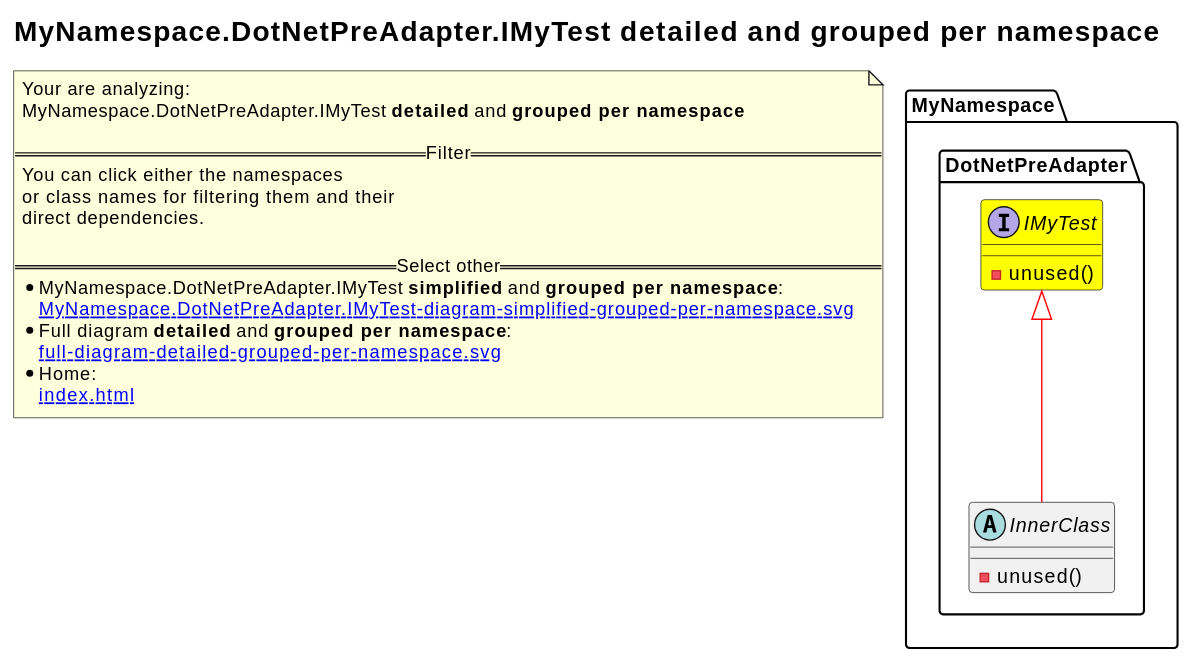
The PlantUML diagram revenger-csharp-adapter.out/MyNamespace.DotNetPreAdapter.IMyTest-diagram-detailed-grouped-per-namespace.svg in 2BlackCoffees/revenger, before a commit.
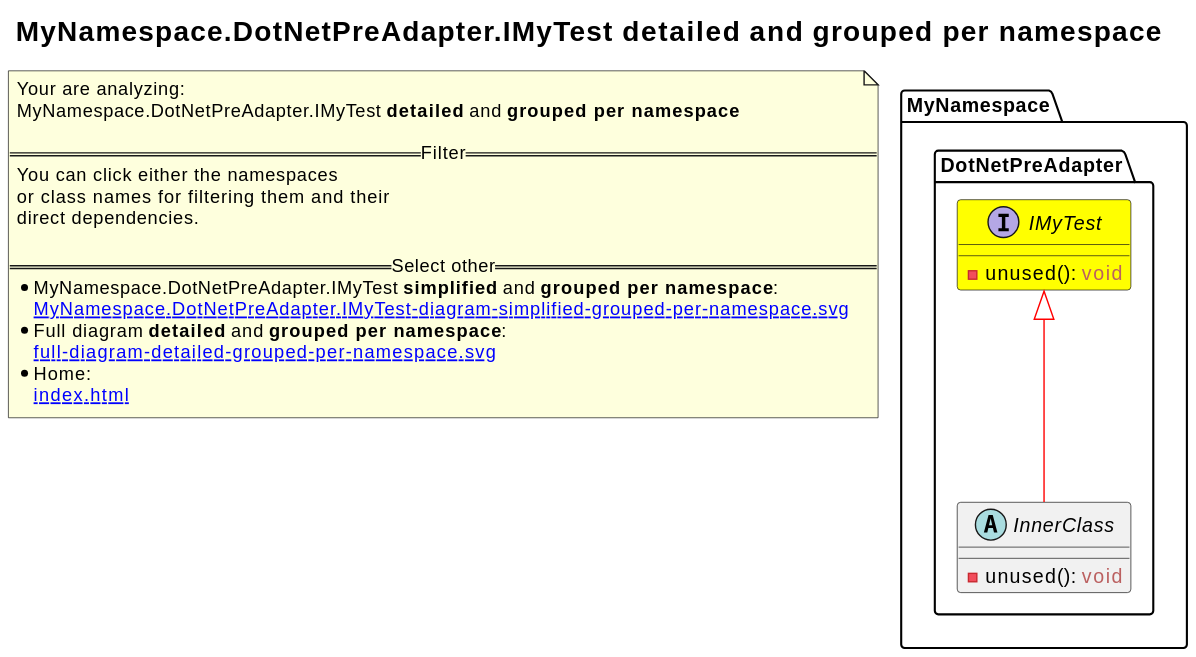
The same diagram one commit later.

Change to the diagram source:
```diff
@@ -5,10 +5,10 @@
 namespace MyNamespace [[MyNamespace-diagram-detailed-grouped-per-namespace.svg]] {
 namespace MyNamespace.DotNetPreAdapter [[MyNamespace.DotNetPreAdapter-diagram-detailed-grouped-per-namespace.svg]] {
   interface MyNamespace.DotNetPreAdapter.IMyTest [[MyNamespace.DotNetPreAdapter.IMyTest-diagram-detailed-grouped-per-namespace.svg]] #yellow {
-    - unused(<font color="6060BB"></font>)
+    - unused(<font color="6060BB"></font>): <font color="BB6060">void</font>
   }
   abstract class MyNamespace.DotNetPreAdapter.InnerClass [[MyNamespace.DotNetPreAdapter.InnerClass-diagram-detailed-grouped-per-namespace.svg]]  {
-    - unused(<font color="6060BB"></font>)
+    - unused(<font color="6060BB"></font>): <font color="BB6060">void</font>
   }
 }
 }
```
